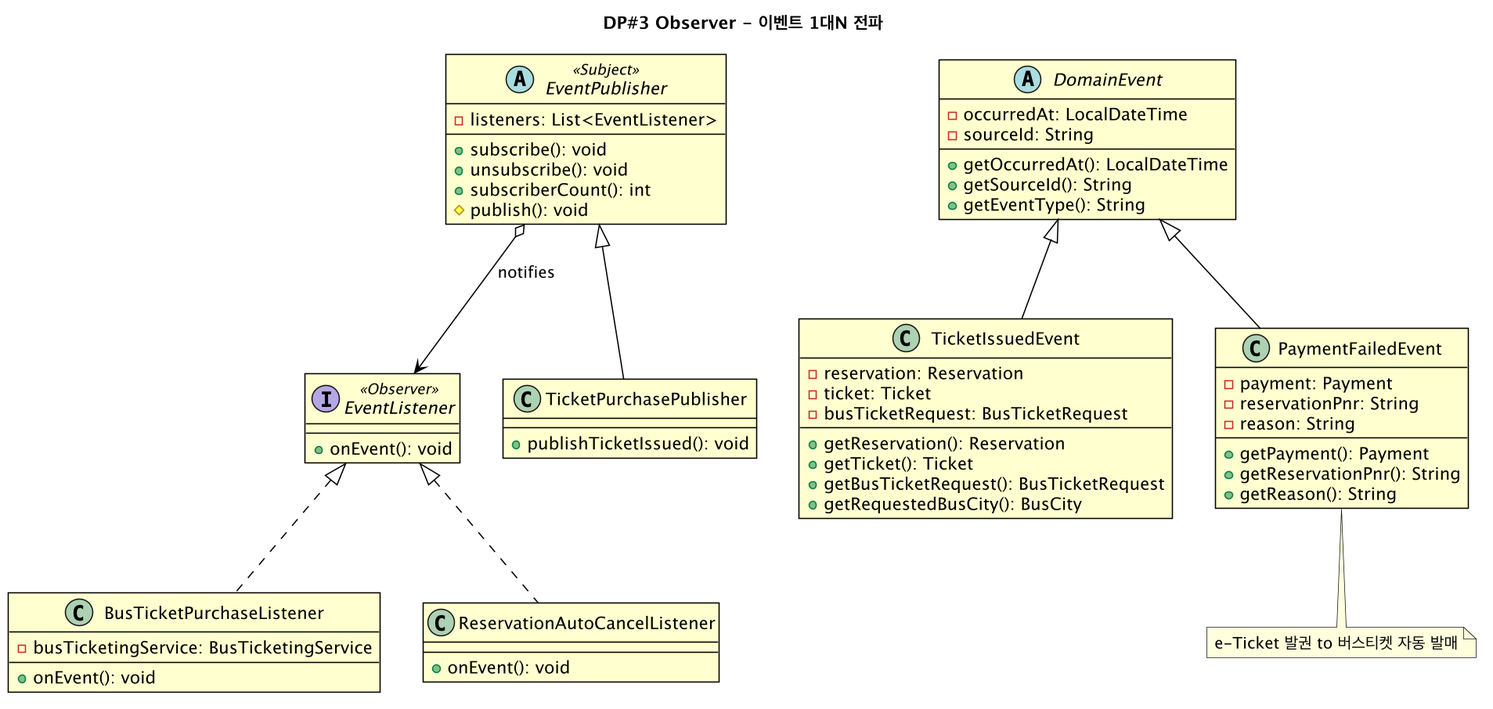
The PlantUML diagram docs/diagrams/iter4-puml/dp3-observer.png in gimjungwook/KoreanAirReservationDomain, before a commit.
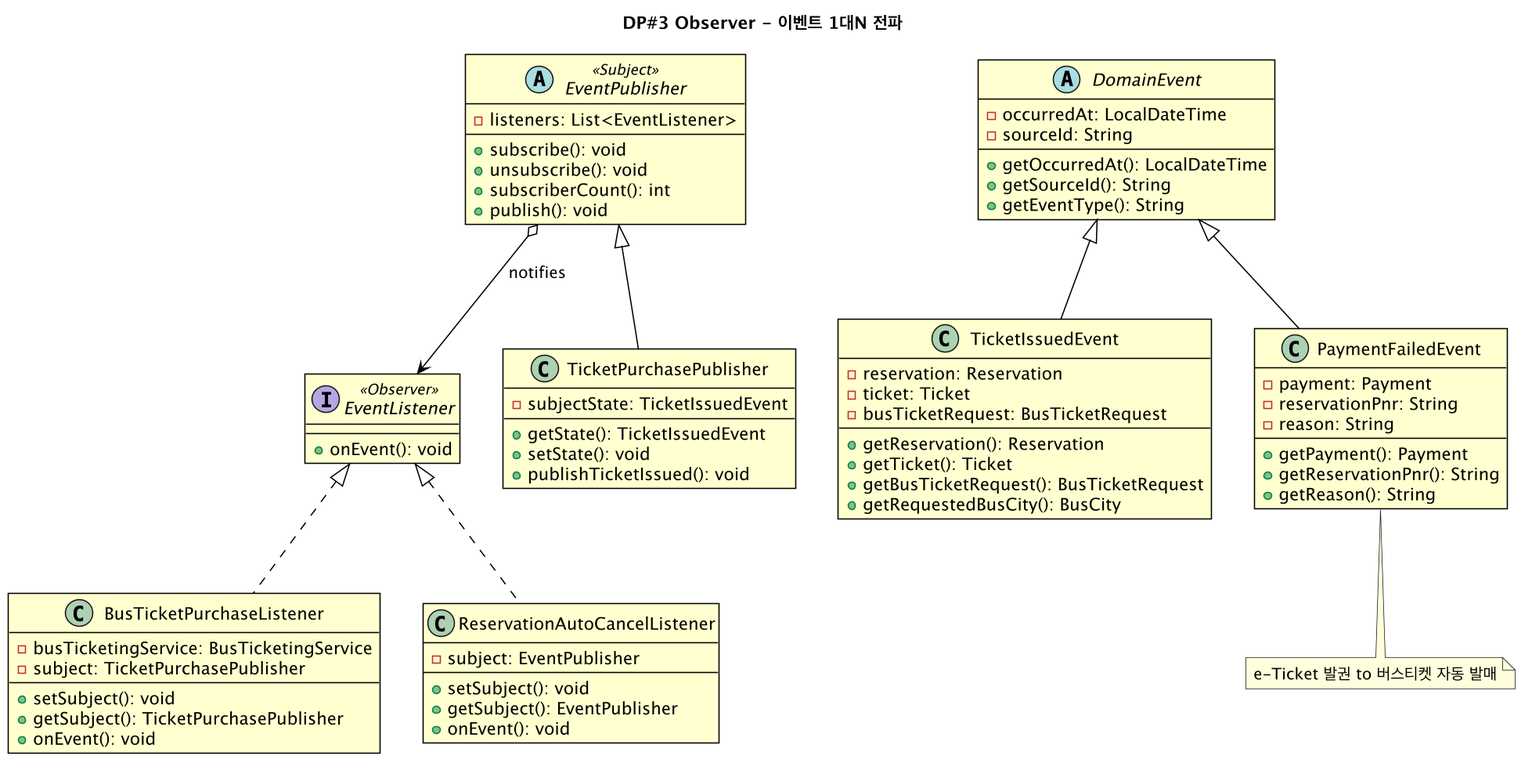
After the change.

Diff of the diagram source:
```diff
@@ -7,7 +7,7 @@
   +subscribe(): void
   +unsubscribe(): void
   +subscriberCount(): int
-  #publish(): void
+  +publish(): void
 }
 interface EventListener <<Observer>> {
   +onEvent(): void
@@ -21,14 +21,25 @@
   +getEventType(): String
 }
 class TicketPurchasePublisher {
+  -subjectState: TicketIssuedEvent
+  --
+  +getState(): TicketIssuedEvent
+  +setState(): void
   +publishTicketIssued(): void
 }
 class BusTicketPurchaseListener {
   -busTicketingService: BusTicketingService
+  -subject: TicketPurchasePublisher
   --
+  +setSubject(): void
+  +getSubject(): TicketPurchasePublisher
   +onEvent(): void
 }
 class ReservationAutoCancelListener {
+  -subject: EventPublisher
+  --
+  +setSubject(): void
+  +getSubject(): EventPublisher
   +onEvent(): void
 }
 class TicketIssuedEvent {
```
